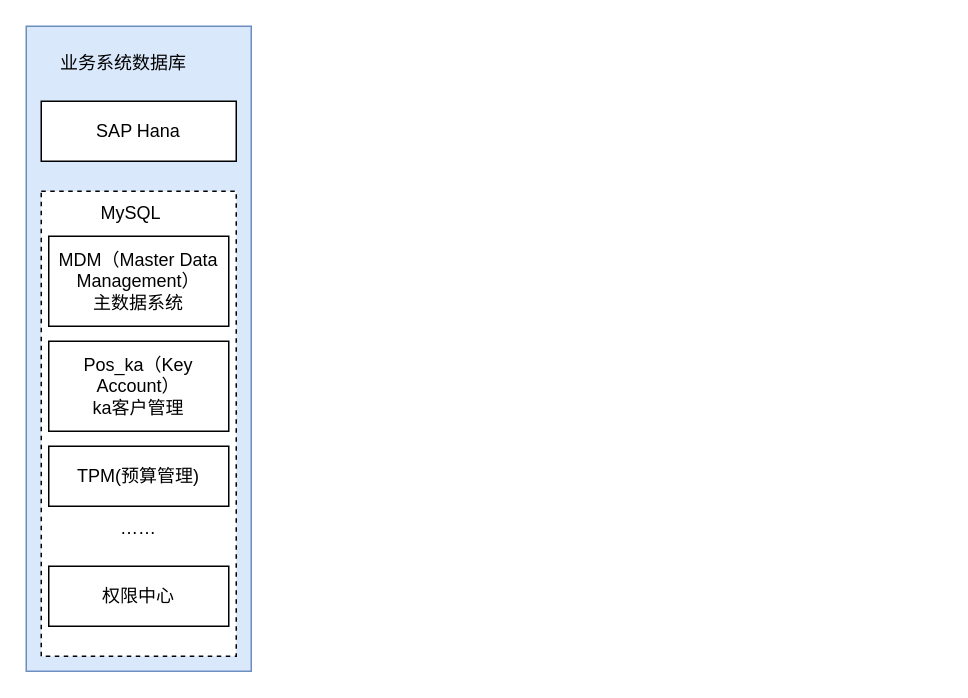
Before: etl.drawio in fsJerryChan/fsJerryChan, a draw.io diagram. Source tidied: cells renumbered, new cells numbered last; positions are measured from the earlier drawing's top-left corner, leaving out a move shared by most shapes. Both pictures are drawn from the tidied source at 150%, with x=0, y=0 at pixel (26, 26).
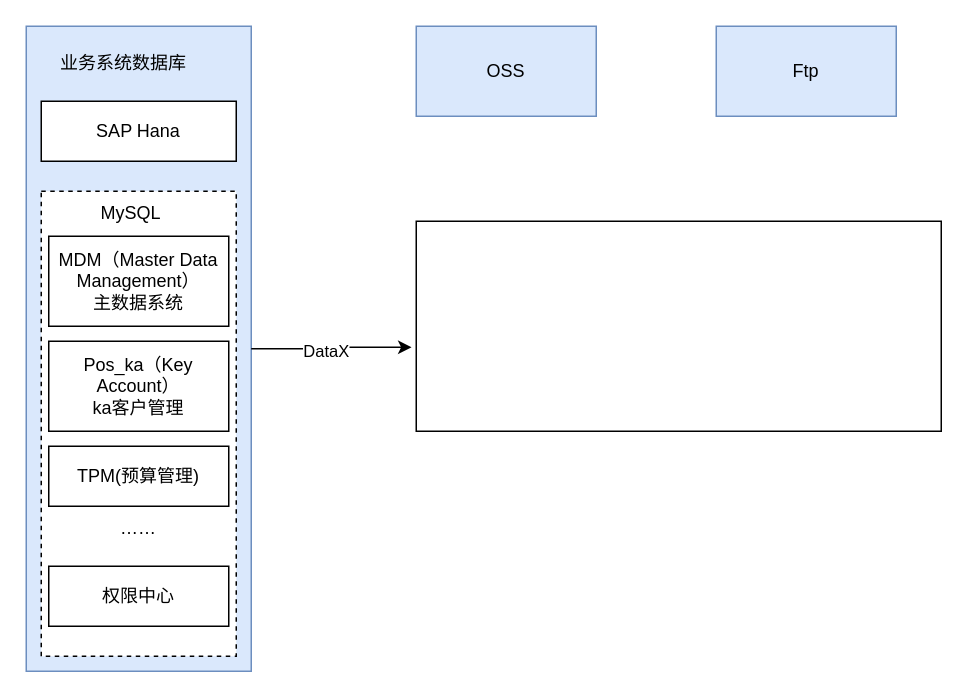
After the change.

Diff of the diagram source:
```diff
@@
 <mxGraphModel>
   <root>
     <mxCell id="0" />
     <mxCell id="1" parent="0" />
     <mxCell id="2" style="rounded=0;whiteSpace=wrap;html=1;fillColor=#dae8fc;strokeColor=#6c8ebf;" parent="1" vertex="1">
       <mxGeometry width="150" height="430" as="geometry" />
     </mxCell>
     <mxCell id="3" value="业务系统数据库" style="text;strokeColor=none;align=center;fillColor=none;html=1;verticalAlign=middle;whiteSpace=wrap;rounded=0;" parent="1" vertex="1">
       <mxGeometry x="20" y="10" width="90" height="30" as="geometry" />
     </mxCell>
     <mxCell id="4" value="SAP Hana" style="rounded=0;whiteSpace=wrap;html=1;" parent="1" vertex="1">
       <mxGeometry x="10" y="50" width="130" height="40" as="geometry" />
     </mxCell>
     <mxCell id="5" style="rounded=0;whiteSpace=wrap;html=1;dashed=1;" parent="1" vertex="1">
       <mxGeometry x="10" y="110" width="130" height="310" as="geometry" />
     </mxCell>
     <mxCell id="6" value="MySQL" style="text;strokeColor=none;align=center;fillColor=none;html=1;verticalAlign=middle;whiteSpace=wrap;rounded=0;" parent="1" vertex="1">
       <mxGeometry x="40" y="110" width="60" height="30" as="geometry" />
     </mxCell>
     <mxCell id="7" value="MDM（Master Data Management）&lt;br&gt;主数据系统" style="rounded=0;whiteSpace=wrap;html=1;" parent="1" vertex="1">
       <mxGeometry x="15" y="140" width="120" height="60" as="geometry" />
     </mxCell>
     <mxCell id="8" value="Pos_ka（Key Account）&lt;br&gt;ka客户管理" style="rounded=0;whiteSpace=wrap;html=1;" parent="1" vertex="1">
       <mxGeometry x="15" y="210" width="120" height="60" as="geometry" />
     </mxCell>
     <mxCell id="9" value="TPM(预算管理)" style="rounded=0;whiteSpace=wrap;html=1;" parent="1" vertex="1">
       <mxGeometry x="15" y="280" width="120" height="40" as="geometry" />
     </mxCell>
     <mxCell id="10" value="……" style="text;strokeColor=none;align=center;fillColor=none;html=1;verticalAlign=middle;whiteSpace=wrap;rounded=0;" parent="1" vertex="1">
       <mxGeometry x="45" y="320" width="60" height="30" as="geometry" />
     </mxCell>
     <mxCell id="11" value="权限中心" style="rounded=0;whiteSpace=wrap;html=1;" parent="1" vertex="1">
       <mxGeometry x="15" y="360" width="120" height="40" as="geometry" />
     </mxCell>
+    <mxCell id="12" style="rounded=0;whiteSpace=wrap;html=1;" parent="1" vertex="1">
+      <mxGeometry x="260" y="130" width="350" height="140" as="geometry" />
+    </mxCell>
+    <mxCell id="13" style="edgeStyle=orthogonalEdgeStyle;rounded=0;jettySize=auto;html=1;entryX=-0.009;entryY=0.6;entryDx=0;entryDy=0;entryPerimeter=0;" parent="1" edge="1" source="2" target="12">
+      <mxGeometry relative="1" as="geometry" />
+    </mxCell>
+    <mxCell id="14" value="DataX" style="edgeLabel;html=1;align=center;verticalAlign=middle;" parent="13" vertex="1">
+      <mxGeometry x="-0.09" y="-1" relative="1" as="geometry" />
+    </mxCell>
+    <mxCell id="15" value="OSS" style="rounded=0;whiteSpace=wrap;html=1;fillColor=#dae8fc;strokeColor=#6c8ebf;" parent="1" vertex="1">
+      <mxGeometry x="260" width="120" height="60" as="geometry" />
+    </mxCell>
+    <mxCell id="16" value="Ftp" style="rounded=0;whiteSpace=wrap;html=1;fillColor=#dae8fc;strokeColor=#6c8ebf;" parent="1" vertex="1">
+      <mxGeometry x="460" width="120" height="60" as="geometry" />
+    </mxCell>
   </root>
 </mxGraphModel>
```
